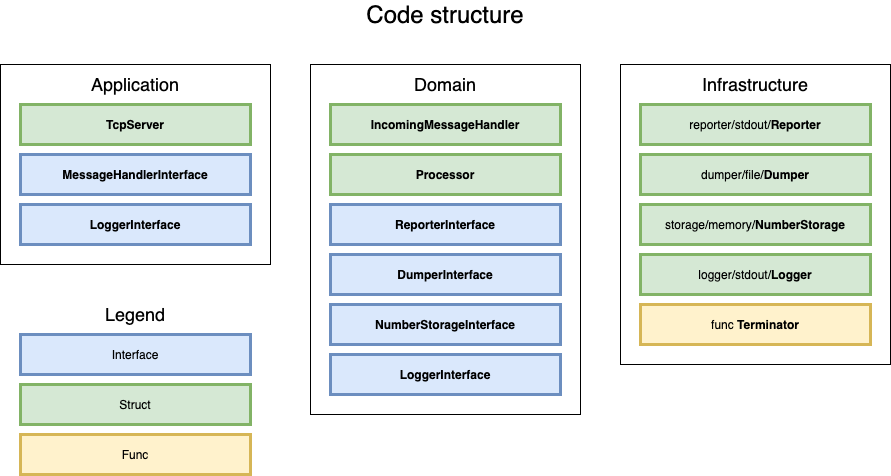
Above: resources/images/code_structure.png in brushknight/number-server (draw.io), before the change. Source tidied: cells renumbered, new cells last; positions are measured from the earlier drawing's top-left corner, leaving out a move shared by most shapes.
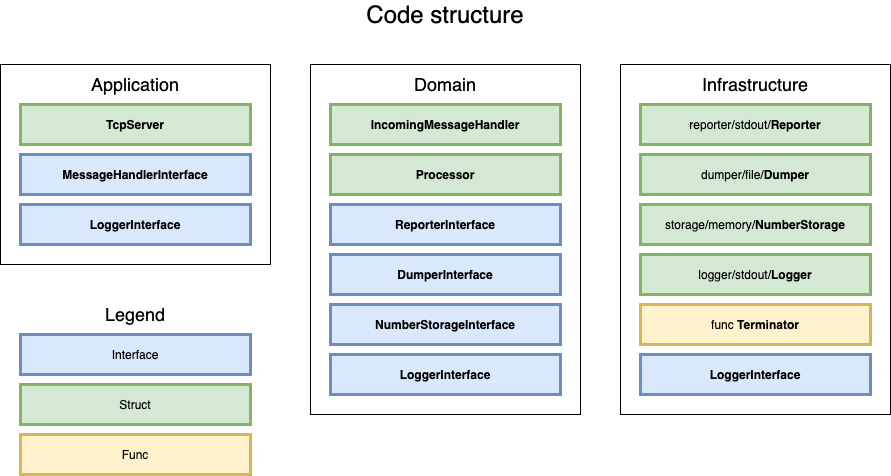
The same diagram one commit later.

Commit message:
Documentation: update code structure diagram

Change to the diagram source:
```diff
@@ -21,7 +21,7 @@
       <mxGeometry x="330" y="100" width="230" height="40" as="geometry" />
     </mxCell>
     <mxCell id="8" style="rounded=0;whiteSpace=wrap;html=1;" parent="1" vertex="1">
-      <mxGeometry x="620" y="60" width="270" height="300" as="geometry" />
+      <mxGeometry x="620" y="60" width="270" height="350" as="geometry" />
     </mxCell>
     <mxCell id="9" value="&lt;font style=&quot;font-size: 18px&quot;&gt;Infrastructure&lt;/font&gt;" style="text;html=1;strokeColor=none;fillColor=none;align=center;verticalAlign=middle;whiteSpace=wrap;rounded=0;" parent="1" vertex="1">
       <mxGeometry x="620" y="60" width="270" height="40" as="geometry" />
@@ -77,5 +77,8 @@
     <mxCell id="26" value="&lt;font style=&quot;font-size: 18px&quot;&gt;Legend&lt;/font&gt;" style="text;html=1;strokeColor=none;fillColor=none;align=center;verticalAlign=middle;whiteSpace=wrap;rounded=0;" parent="1" vertex="1">
       <mxGeometry y="290" width="270" height="40" as="geometry" />
     </mxCell>
+    <mxCell id="27" value="&lt;b&gt;LoggerInterface&lt;/b&gt;" style="rounded=0;whiteSpace=wrap;html=1;fillColor=#dae8fc;strokeColor=#6c8ebf;strokeWidth=3;" parent="1" vertex="1">
+      <mxGeometry x="640" y="350" width="230" height="40" as="geometry" />
+    </mxCell>
   </root>
 </mxGraphModel>
```
